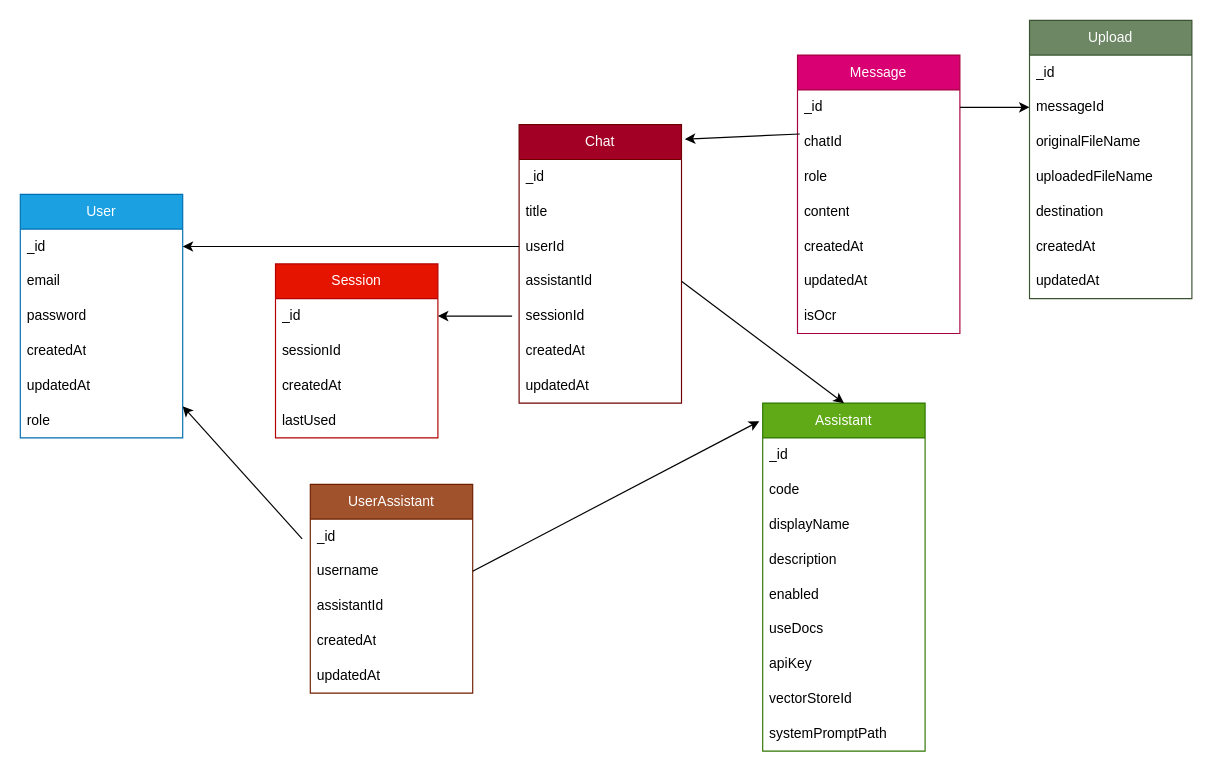
Above: backend/IS-GPT Schema.drawio in stevenyeo99/ulink-assistant (draw.io), before the change. Source tidied: cells renumbered, new cells numbered last; positions are measured from the earlier drawing's top-left corner, leaving out a move shared by most shapes. Both pictures are drawn from the tidied source at 116%, with x=0, y=0 at pixel (20, 20).
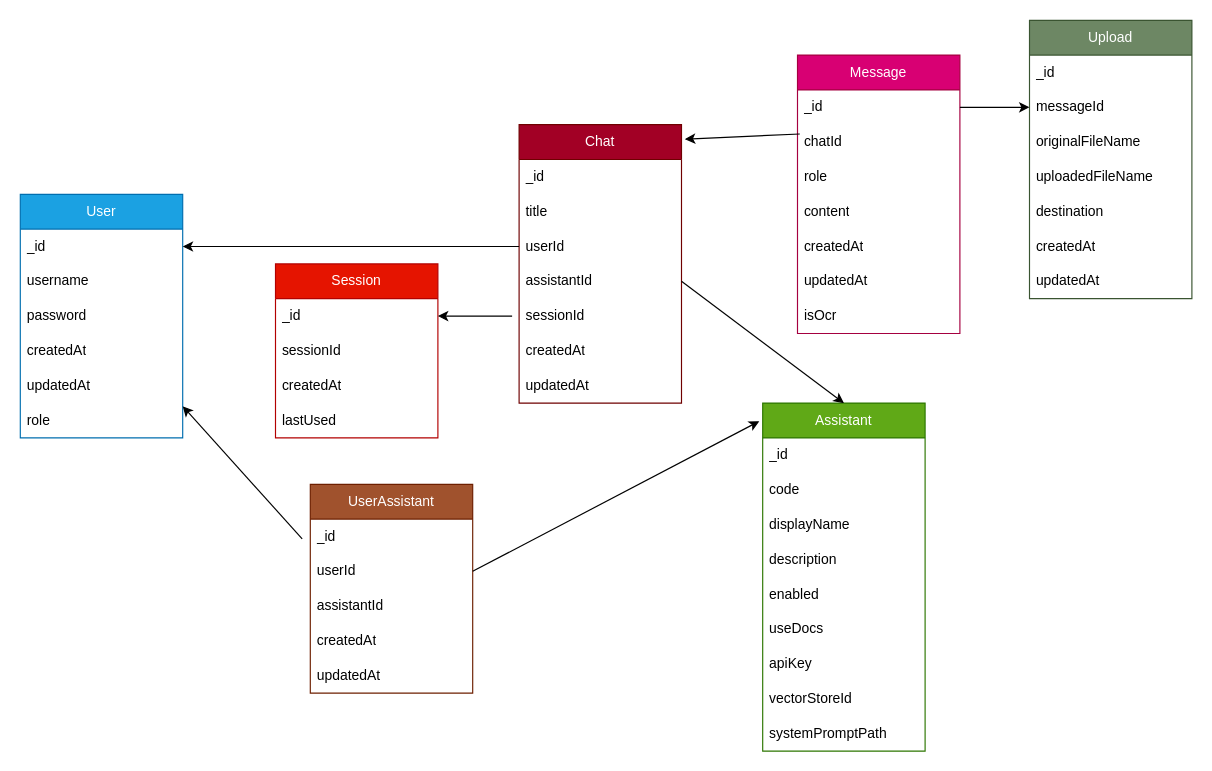
Above is the later version.

Commit message (it also covers changes not shown here):
draw schema & diagram update.

Unchanged cells that the change refers to:
```xml
<mxCell id="12" value="User" style="swimlane;fontStyle=0;horizontal=1;startSize=30;whiteSpace=wrap;html=1;fillColor=#1ba1e2;fontColor=#ffffff;strokeColor=#006EAF;" parent="1" vertex="1">
  <mxGeometry y="150" width="140" height="210" as="geometry" />
</mxCell>
<mxCell id="44" value="UserAssistant" style="swimlane;fontStyle=0;horizontal=1;startSize=30;whiteSpace=wrap;html=1;fillColor=#a0522d;fontColor=#ffffff;strokeColor=#6D1F00;" parent="1" vertex="1">
  <mxGeometry x="250" y="400" width="140" height="180" as="geometry" />
</mxCell>
```

Change to the diagram source:
```diff
@@
-    <mxCell id="14" value="email" style="text;strokeColor=none;fillColor=none;align=left;verticalAlign=middle;spacingLeft=4;spacingRight=4;overflow=hidden;whiteSpace=wrap;html=1;" parent="12" vertex="1">
+    <mxCell id="14" value="username" style="text;strokeColor=none;fillColor=none;align=left;verticalAlign=middle;spacingLeft=4;spacingRight=4;overflow=hidden;whiteSpace=wrap;html=1;" parent="12" vertex="1">
       <mxGeometry y="60" width="140" height="30" as="geometry" />
     </mxCell>
@@
-    <mxCell id="46" value="username" style="text;strokeColor=none;fillColor=none;align=left;verticalAlign=middle;spacingLeft=4;spacingRight=4;overflow=hidden;points=[[0,0.5],[1,0.5]];portConstraint=eastwest;whiteSpace=wrap;html=1;" parent="44" vertex="1">
+    <mxCell id="46" value="userId" style="text;strokeColor=none;fillColor=none;align=left;verticalAlign=middle;spacingLeft=4;spacingRight=4;overflow=hidden;points=[[0,0.5],[1,0.5]];portConstraint=eastwest;whiteSpace=wrap;html=1;" parent="44" vertex="1">
       <mxGeometry y="60" width="140" height="30" as="geometry" />
     </mxCell>
```
